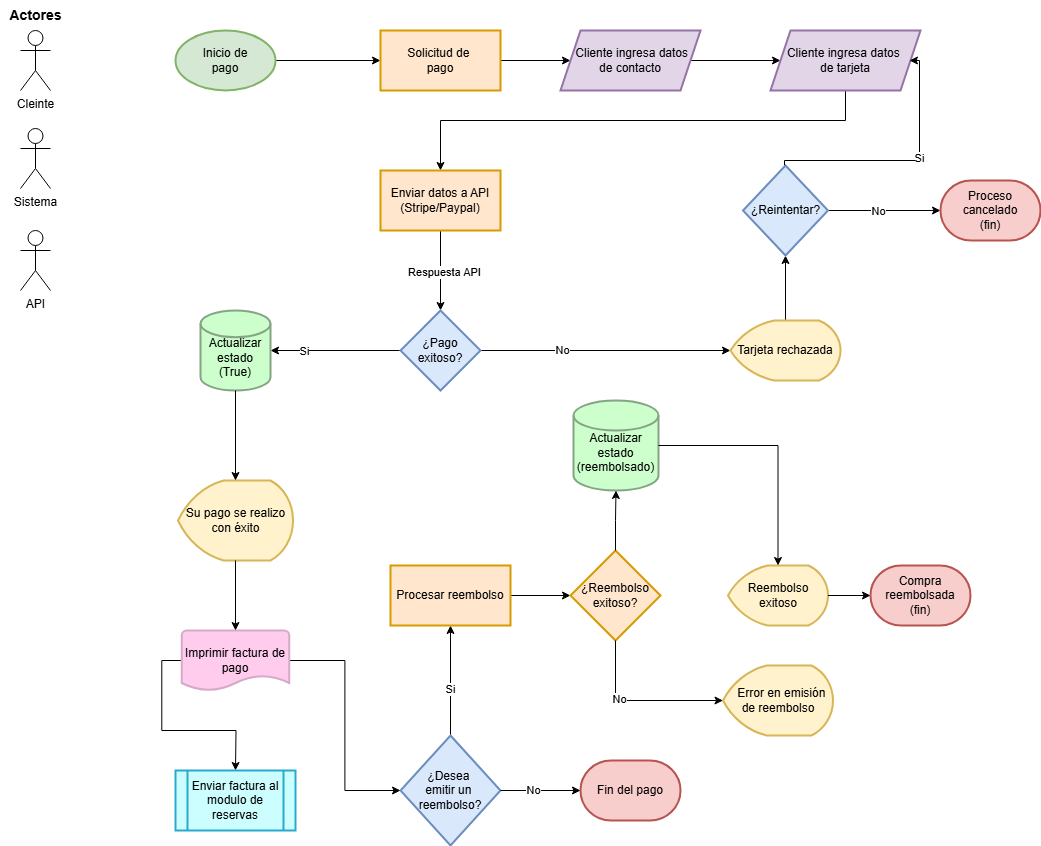
This is Flujograma de pago.png from DjGuetta/App-Hotel-Management, a draw.io export, as it was before one commit. Source tidied: cells renumbered, new cells last; positions are measured from the earlier drawing's top-left corner, leaving out a move shared by most shapes. Source of this version:
```xml
<mxGraphModel>
  <root>
    <mxCell id="0" />
    <mxCell id="1" parent="0" />
    <mxCell id="2" style="edgeStyle=orthogonalEdgeStyle;rounded=0;jettySize=auto;html=1;entryX=0;entryY=0.5;entryDx=0;entryDy=0;" parent="1" edge="1" source="3" target="5">
      <mxGeometry relative="1" as="geometry" />
    </mxCell>
    <mxCell id="3" value="Inicio de&lt;div&gt;pago&lt;/div&gt;" style="strokeWidth=2;html=1;shape=mxgraph.flowchart.start_1;whiteSpace=wrap;fillColor=#d5e8d4;strokeColor=#82b366;" parent="1" vertex="1">
      <mxGeometry x="175" y="30" width="100" height="60" as="geometry" />
    </mxCell>
    <mxCell id="4" style="edgeStyle=orthogonalEdgeStyle;rounded=0;jettySize=auto;html=1;" parent="1" edge="1" source="5" target="7">
      <mxGeometry relative="1" as="geometry" />
    </mxCell>
    <mxCell id="5" value="Solicitud de&amp;nbsp;&lt;div&gt;pago&lt;/div&gt;" style="whiteSpace=wrap;html=1;strokeWidth=2;fillColor=#ffe6cc;strokeColor=#d79b00;" parent="1" vertex="1">
      <mxGeometry x="380" y="30" width="120" height="60" as="geometry" />
    </mxCell>
    <mxCell id="6" style="edgeStyle=orthogonalEdgeStyle;rounded=0;jettySize=auto;html=1;" parent="1" edge="1" source="7" target="9">
      <mxGeometry relative="1" as="geometry" />
    </mxCell>
    <mxCell id="7" value="&amp;nbsp; Cliente ingresa datos&amp;nbsp;&lt;div&gt;de contacto&lt;/div&gt;" style="shape=parallelogram;perimeter=parallelogramPerimeter;whiteSpace=wrap;html=1;fixedSize=1;strokeWidth=2;fillColor=#e1d5e7;strokeColor=#9673a6;" parent="1" vertex="1">
      <mxGeometry x="560" y="30" width="140" height="60" as="geometry" />
    </mxCell>
    <mxCell id="8" style="edgeStyle=orthogonalEdgeStyle;rounded=0;jettySize=auto;html=1;" parent="1" edge="1" source="9" target="12">
      <mxGeometry relative="1" as="geometry">
        <Array as="points">
          <mxPoint x="845" y="120" />
          <mxPoint x="440" y="120" />
        </Array>
      </mxGeometry>
    </mxCell>
    <mxCell id="9" value="Cliente ingresa datos&amp;nbsp;&lt;div&gt;de tarjeta&lt;/div&gt;" style="shape=parallelogram;perimeter=parallelogramPerimeter;whiteSpace=wrap;html=1;fixedSize=1;strokeWidth=2;fillColor=#e1d5e7;strokeColor=#9673a6;" parent="1" vertex="1">
      <mxGeometry x="770" y="30" width="150" height="60" as="geometry" />
    </mxCell>
    <mxCell id="10" style="edgeStyle=orthogonalEdgeStyle;rounded=0;jettySize=auto;html=1;" parent="1" edge="1" source="12" target="24">
      <mxGeometry relative="1" as="geometry" />
    </mxCell>
    <mxCell id="11" value="Respuesta API" style="edgeLabel;html=1;align=center;verticalAlign=middle;" parent="10" vertex="1">
      <mxGeometry x="0.03" y="3" relative="1" as="geometry" />
    </mxCell>
    <mxCell id="12" value="Enviar datos a API&lt;div&gt;(Stripe/Paypal)&lt;/div&gt;" style="whiteSpace=wrap;html=1;strokeWidth=2;fillColor=#ffe6cc;strokeColor=#d79b00;" parent="1" vertex="1">
      <mxGeometry x="380" y="170" width="120" height="60" as="geometry" />
    </mxCell>
    <mxCell id="13" style="edgeStyle=orthogonalEdgeStyle;rounded=0;jettySize=auto;html=1;" parent="1" edge="1" source="24" target="17">
      <mxGeometry relative="1" as="geometry" />
    </mxCell>
    <mxCell id="14" value="Si" style="edgeLabel;html=1;align=center;verticalAlign=middle;" parent="13" vertex="1">
      <mxGeometry x="0.5" relative="1" as="geometry" />
    </mxCell>
    <mxCell id="15" style="edgeStyle=orthogonalEdgeStyle;rounded=0;jettySize=auto;html=1;entryX=0;entryY=0.5;entryDx=0;entryDy=0;entryPerimeter=0;" parent="1" edge="1" source="24" target="25">
      <mxGeometry relative="1" as="geometry" />
    </mxCell>
    <mxCell id="16" value="No" style="edgeLabel;html=1;align=center;verticalAlign=middle;" parent="15" vertex="1">
      <mxGeometry x="-0.35" y="1" relative="1" as="geometry" />
    </mxCell>
    <mxCell id="17" value="&lt;div&gt;&lt;br&gt;&lt;/div&gt;&lt;div&gt;&lt;span style=&quot;background-color: transparent; color: light-dark(rgb(0, 0, 0), rgb(255, 255, 255));&quot;&gt;Actualizar estado (True)&lt;/span&gt;&lt;/div&gt;" style="strokeWidth=2;html=1;shape=mxgraph.flowchart.database;whiteSpace=wrap;fillColor=#CCFFCC;strokeColor=#84A484;" parent="1" vertex="1">
      <mxGeometry x="200" y="310" width="70" height="80" as="geometry" />
    </mxCell>
    <mxCell id="18" style="edgeStyle=orthogonalEdgeStyle;rounded=0;jettySize=auto;html=1;" parent="1" edge="1" source="25" target="23">
      <mxGeometry relative="1" as="geometry" />
    </mxCell>
    <mxCell id="19" style="edgeStyle=orthogonalEdgeStyle;rounded=0;orthogonalLoop=1;jettySize=auto;html=1;exitX=0.5;exitY=0;exitDx=0;exitDy=0;entryX=1;entryY=0.5;entryDx=0;entryDy=0;" parent="1" edge="1">
      <mxGeometry relative="1" as="geometry">
        <mxPoint x="784" y="170" as="sourcePoint" />
        <mxPoint x="909" y="60" as="targetPoint" />
        <Array as="points">
          <mxPoint x="784" y="160" />
          <mxPoint x="919" y="160" />
          <mxPoint x="919" y="60" />
        </Array>
      </mxGeometry>
    </mxCell>
    <mxCell id="20" value="Si" style="edgeLabel;html=1;align=center;verticalAlign=middle;" parent="19" vertex="1">
      <mxGeometry x="0.09" y="-1" relative="1" as="geometry">
        <mxPoint x="5" y="-4" as="offset" />
      </mxGeometry>
    </mxCell>
    <mxCell id="21" style="edgeStyle=orthogonalEdgeStyle;rounded=0;jettySize=auto;html=1;entryX=0;entryY=0.5;entryDx=0;entryDy=0;entryPerimeter=0;" parent="1" edge="1" source="23" target="37">
      <mxGeometry relative="1" as="geometry" />
    </mxCell>
    <mxCell id="22" value="No" style="edgeLabel;html=1;align=center;verticalAlign=middle;" parent="21" vertex="1">
      <mxGeometry x="-0.37" y="-1" relative="1" as="geometry">
        <mxPoint x="15" y="-1" as="offset" />
      </mxGeometry>
    </mxCell>
    <mxCell id="23" value="¿Reintentar?" style="rhombus;whiteSpace=wrap;html=1;strokeWidth=2;fillColor=#dae8fc;strokeColor=#6c8ebf;" parent="1" vertex="1">
      <mxGeometry x="742.5" y="165" width="85" height="90" as="geometry" />
    </mxCell>
    <mxCell id="24" value="¿Pago exitoso&lt;span style=&quot;background-color: transparent; color: light-dark(rgb(0, 0, 0), rgb(255, 255, 255));&quot;&gt;?&lt;/span&gt;" style="rhombus;whiteSpace=wrap;html=1;strokeWidth=2;fillColor=#dae8fc;strokeColor=#6c8ebf;" parent="1" vertex="1">
      <mxGeometry x="400" y="310" width="80" height="80" as="geometry" />
    </mxCell>
    <mxCell id="25" value="Tarjeta rechazada" style="strokeWidth=2;html=1;shape=mxgraph.flowchart.display;whiteSpace=wrap;fillColor=#fff2cc;strokeColor=#d6b656;" parent="1" vertex="1">
      <mxGeometry x="730" y="320" width="110" height="60" as="geometry" />
    </mxCell>
    <mxCell id="26" value="Su pago se realizo con éxito" style="strokeWidth=2;html=1;shape=mxgraph.flowchart.display;whiteSpace=wrap;fillColor=#fff2cc;strokeColor=#d6b656;" parent="1" vertex="1">
      <mxGeometry x="177.5" y="480" width="115" height="80" as="geometry" />
    </mxCell>
    <mxCell id="27" style="edgeStyle=orthogonalEdgeStyle;rounded=0;jettySize=auto;html=1;exitX=0.5;exitY=1;exitDx=0;exitDy=0;exitPerimeter=0;entryX=0.5;entryY=0;entryDx=0;entryDy=0;entryPerimeter=0;" parent="1" edge="1" source="17" target="26">
      <mxGeometry relative="1" as="geometry" />
    </mxCell>
    <mxCell id="28" style="edgeStyle=orthogonalEdgeStyle;rounded=0;jettySize=auto;html=1;" parent="1" edge="1" source="30" target="35">
      <mxGeometry relative="1" as="geometry" />
    </mxCell>
    <mxCell id="29" value="Si" style="edgeLabel;html=1;align=center;verticalAlign=middle;" parent="28" vertex="1">
      <mxGeometry x="-0.15" y="1" relative="1" as="geometry" />
    </mxCell>
    <mxCell id="30" value="¿Desea&amp;nbsp;&lt;div&gt;emitir&amp;nbsp;&lt;span style=&quot;background-color: transparent; color: light-dark(rgb(0, 0, 0), rgb(255, 255, 255));&quot;&gt;un&amp;nbsp;&lt;/span&gt;&lt;div&gt;&lt;span style=&quot;background-color: transparent; color: light-dark(rgb(0, 0, 0), rgb(255, 255, 255));&quot;&gt;reembolso?&lt;/span&gt;&lt;/div&gt;&lt;/div&gt;" style="rhombus;whiteSpace=wrap;html=1;strokeWidth=2;fillColor=#dae8fc;strokeColor=#6c8ebf;" parent="1" vertex="1">
      <mxGeometry x="400" y="735" width="100" height="110" as="geometry" />
    </mxCell>
    <mxCell id="31" value="Fin del pago" style="strokeWidth=2;html=1;shape=mxgraph.flowchart.terminator;whiteSpace=wrap;fillColor=#f8cecc;strokeColor=#b85450;" parent="1" vertex="1">
      <mxGeometry x="580" y="760" width="100" height="60" as="geometry" />
    </mxCell>
    <mxCell id="32" style="edgeStyle=orthogonalEdgeStyle;rounded=0;jettySize=auto;html=1;exitX=1;exitY=0.5;exitDx=0;exitDy=0;entryX=0;entryY=0.5;entryDx=0;entryDy=0;entryPerimeter=0;" parent="1" edge="1" source="30" target="31">
      <mxGeometry relative="1" as="geometry" />
    </mxCell>
    <mxCell id="33" value="No" style="edgeLabel;html=1;align=center;verticalAlign=middle;" parent="32" vertex="1">
      <mxGeometry x="-0.2" relative="1" as="geometry">
        <mxPoint y="-1" as="offset" />
      </mxGeometry>
    </mxCell>
    <mxCell id="34" style="edgeStyle=orthogonalEdgeStyle;rounded=0;jettySize=auto;html=1;" parent="1" edge="1" source="35" target="49">
      <mxGeometry relative="1" as="geometry" />
    </mxCell>
    <mxCell id="35" value="Procesar reembolso" style="whiteSpace=wrap;html=1;strokeWidth=2;fillColor=#ffe6cc;strokeColor=#d79b00;" parent="1" vertex="1">
      <mxGeometry x="390" y="565" width="120" height="60" as="geometry" />
    </mxCell>
    <mxCell id="36" value="Reembolso exitoso" style="strokeWidth=2;html=1;shape=mxgraph.flowchart.display;whiteSpace=wrap;fillColor=#fff2cc;strokeColor=#d6b656;" parent="1" vertex="1">
      <mxGeometry x="727.5" y="565" width="100" height="60" as="geometry" />
    </mxCell>
    <mxCell id="37" value="Proceso cancelado&lt;div&gt;(fin)&lt;/div&gt;" style="strokeWidth=2;html=1;shape=mxgraph.flowchart.terminator;whiteSpace=wrap;fillColor=#f8cecc;strokeColor=#b85450;" parent="1" vertex="1">
      <mxGeometry x="940" y="180" width="100" height="60" as="geometry" />
    </mxCell>
    <mxCell id="38" value="Compra reembolsada&lt;div&gt;(fin)&lt;/div&gt;" style="strokeWidth=2;html=1;shape=mxgraph.flowchart.terminator;whiteSpace=wrap;fillColor=#f8cecc;strokeColor=#b85450;" parent="1" vertex="1">
      <mxGeometry x="870" y="565" width="100" height="60" as="geometry" />
    </mxCell>
    <mxCell id="39" style="edgeStyle=orthogonalEdgeStyle;rounded=0;jettySize=auto;html=1;exitX=1;exitY=0.5;exitDx=0;exitDy=0;exitPerimeter=0;entryX=0;entryY=0.5;entryDx=0;entryDy=0;entryPerimeter=0;" parent="1" edge="1" source="36" target="38">
      <mxGeometry relative="1" as="geometry" />
    </mxCell>
    <mxCell id="40" style="edgeStyle=orthogonalEdgeStyle;rounded=0;jettySize=auto;html=1;exitX=0;exitY=0.5;exitDx=0;exitDy=0;exitPerimeter=0;entryX=0.5;entryY=0;entryDx=0;entryDy=0;" parent="1" edge="1" source="42">
      <mxGeometry relative="1" as="geometry">
        <mxPoint x="235" y="770" as="targetPoint" />
      </mxGeometry>
    </mxCell>
    <mxCell id="41" style="edgeStyle=orthogonalEdgeStyle;rounded=0;jettySize=auto;html=1;exitX=1;exitY=0.5;exitDx=0;exitDy=0;exitPerimeter=0;entryX=0;entryY=0.5;entryDx=0;entryDy=0;" parent="1" edge="1" source="42" target="30">
      <mxGeometry relative="1" as="geometry" />
    </mxCell>
    <mxCell id="42" value="Imprimir factura de pago" style="strokeWidth=2;html=1;shape=mxgraph.flowchart.document2;whiteSpace=wrap;size=0.25;fillColor=#FFCCEE;strokeColor=#D5AAC5;" parent="1" vertex="1">
      <mxGeometry x="181.2" y="630" width="107.5" height="60" as="geometry" />
    </mxCell>
    <mxCell id="43" style="edgeStyle=orthogonalEdgeStyle;rounded=0;jettySize=auto;html=1;exitX=0.5;exitY=1;exitDx=0;exitDy=0;exitPerimeter=0;entryX=0.5;entryY=0;entryDx=0;entryDy=0;entryPerimeter=0;" parent="1" edge="1" source="26" target="42">
      <mxGeometry relative="1" as="geometry" />
    </mxCell>
    <mxCell id="44" value="Enviar factura al modulo de reservas" style="shape=process;whiteSpace=wrap;html=1;backgroundOutline=1;strokeWidth=2;fillColor=light-dark(#CCFEFF,#50E2FF);strokeColor=#29A9CD;" parent="1" vertex="1">
      <mxGeometry x="175" y="770" width="120" height="60" as="geometry" />
    </mxCell>
    <mxCell id="45" value="Cleinte" style="shape=umlActor;verticalLabelPosition=bottom;verticalAlign=top;html=1;" parent="1" vertex="1">
      <mxGeometry x="20" y="30" width="30" height="60" as="geometry" />
    </mxCell>
    <mxCell id="46" value="Sistema" style="shape=umlActor;verticalLabelPosition=bottom;verticalAlign=top;html=1;" parent="1" vertex="1">
      <mxGeometry x="20" y="128" width="30" height="60" as="geometry" />
    </mxCell>
    <mxCell id="47" value="API" style="shape=umlActor;verticalLabelPosition=bottom;verticalAlign=top;html=1;" parent="1" vertex="1">
      <mxGeometry x="20" y="230" width="30" height="60" as="geometry" />
    </mxCell>
    <mxCell id="48" value="Actores" style="text;html=1;align=center;verticalAlign=middle;fontStyle=1;fontSize=14;" parent="1" vertex="1">
      <mxGeometry width="70" height="30" as="geometry" />
    </mxCell>
    <mxCell id="49" value="¿Reembolso exitoso?" style="rhombus;whiteSpace=wrap;html=1;fillColor=#ffe6cc;strokeColor=#d79b00;strokeWidth=2;" parent="1" vertex="1">
      <mxGeometry x="570" y="550" width="90" height="90" as="geometry" />
    </mxCell>
    <mxCell id="50" value="&amp;nbsp; &amp;nbsp;Error en emisión&amp;nbsp;&lt;div&gt;de reembolso&lt;/div&gt;" style="strokeWidth=2;html=1;shape=mxgraph.flowchart.display;whiteSpace=wrap;fillColor=#fff2cc;strokeColor=#d6b656;" parent="1" vertex="1">
      <mxGeometry x="722.5" y="665" width="110" height="70" as="geometry" />
    </mxCell>
    <mxCell id="51" style="edgeStyle=orthogonalEdgeStyle;rounded=0;jettySize=auto;html=1;exitX=0.5;exitY=1;exitDx=0;exitDy=0;entryX=0;entryY=0.5;entryDx=0;entryDy=0;entryPerimeter=0;" parent="1" edge="1" source="49" target="50">
      <mxGeometry relative="1" as="geometry" />
    </mxCell>
    <mxCell id="52" value="No" style="edgeLabel;html=1;align=center;verticalAlign=middle;" parent="51" vertex="1">
      <mxGeometry x="-0.15" relative="1" as="geometry">
        <mxPoint x="-8" y="-2" as="offset" />
      </mxGeometry>
    </mxCell>
    <mxCell id="53" value="&lt;div&gt;&lt;br&gt;&lt;/div&gt;&lt;div&gt;&lt;span style=&quot;background-color: transparent; color: light-dark(rgb(0, 0, 0), rgb(255, 255, 255));&quot;&gt;Actualizar estado&lt;/span&gt;&lt;/div&gt;&lt;div&gt;(reembolsado)&lt;/div&gt;" style="strokeWidth=2;html=1;shape=mxgraph.flowchart.database;whiteSpace=wrap;fillColor=#CCFFCC;strokeColor=#84A484;" parent="1" vertex="1">
      <mxGeometry x="573" y="400" width="85" height="90" as="geometry" />
    </mxCell>
    <mxCell id="54" style="edgeStyle=orthogonalEdgeStyle;rounded=0;jettySize=auto;html=1;exitX=0.5;exitY=0;exitDx=0;exitDy=0;entryX=0.5;entryY=1;entryDx=0;entryDy=0;entryPerimeter=0;" parent="1" edge="1" source="49" target="53">
      <mxGeometry relative="1" as="geometry" />
    </mxCell>
    <mxCell id="55" style="edgeStyle=orthogonalEdgeStyle;rounded=0;jettySize=auto;html=1;exitX=1;exitY=0.5;exitDx=0;exitDy=0;exitPerimeter=0;entryX=0.5;entryY=0;entryDx=0;entryDy=0;entryPerimeter=0;" parent="1" edge="1" source="53" target="36">
      <mxGeometry relative="1" as="geometry" />
    </mxCell>
  </root>
</mxGraphModel>
```
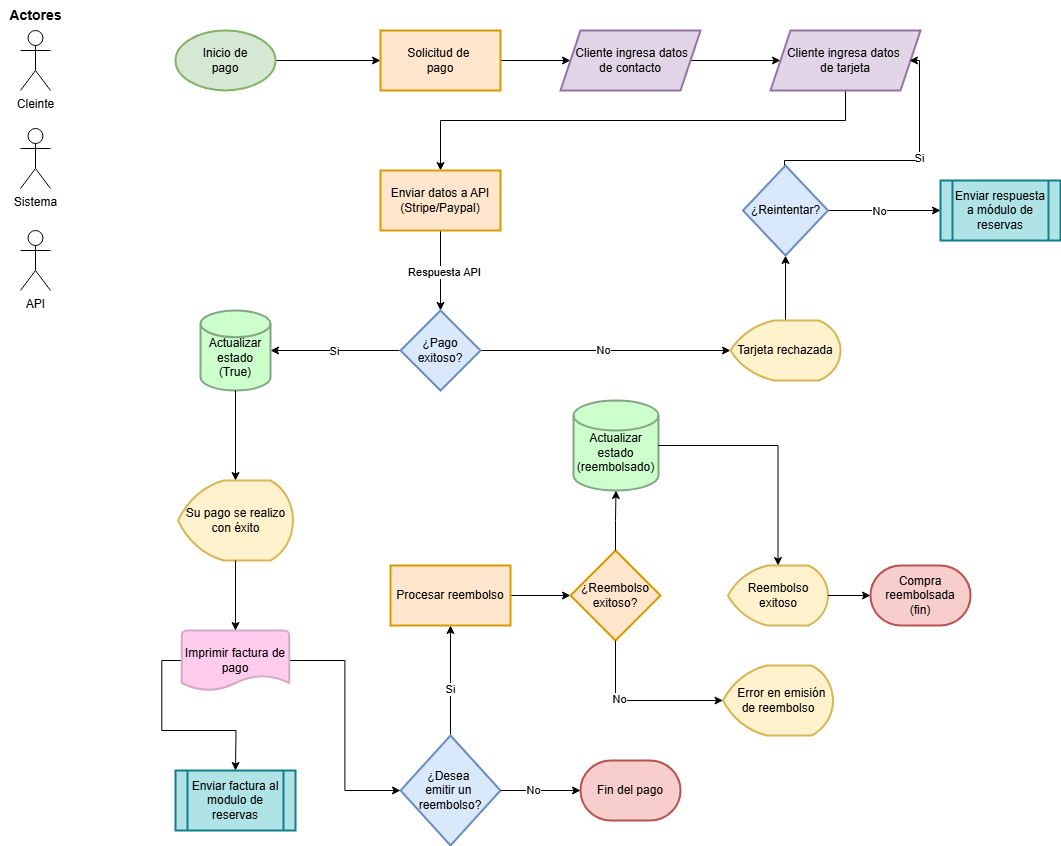
The same file after the commit.

Commit message:
Actualización en ordenamiento y diseño de módulos

The edit, as a diff of the source:
```diff
@@ -44,13 +44,17 @@
       <mxGeometry relative="1" as="geometry" />
     </mxCell>
     <mxCell id="14" value="Si" style="edgeLabel;html=1;align=center;verticalAlign=middle;" parent="13" vertex="1">
-      <mxGeometry x="0.5" relative="1" as="geometry" />
+      <mxGeometry x="0.5" relative="1" as="geometry">
+        <mxPoint x="30" as="offset" />
+      </mxGeometry>
     </mxCell>
     <mxCell id="15" style="edgeStyle=orthogonalEdgeStyle;rounded=0;jettySize=auto;html=1;entryX=0;entryY=0.5;entryDx=0;entryDy=0;entryPerimeter=0;" parent="1" edge="1" source="24" target="25">
       <mxGeometry relative="1" as="geometry" />
     </mxCell>
     <mxCell id="16" value="No" style="edgeLabel;html=1;align=center;verticalAlign=middle;" parent="15" vertex="1">
-      <mxGeometry x="-0.35" y="1" relative="1" as="geometry" />
+      <mxGeometry x="-0.35" y="1" relative="1" as="geometry">
+        <mxPoint x="41" as="offset" />
+      </mxGeometry>
     </mxCell>
     <mxCell id="17" value="&lt;div&gt;&lt;br&gt;&lt;/div&gt;&lt;div&gt;&lt;span style=&quot;background-color: transparent; color: light-dark(rgb(0, 0, 0), rgb(255, 255, 255));&quot;&gt;Actualizar estado (True)&lt;/span&gt;&lt;/div&gt;" style="strokeWidth=2;html=1;shape=mxgraph.flowchart.database;whiteSpace=wrap;fillColor=#CCFFCC;strokeColor=#84A484;" parent="1" vertex="1">
       <mxGeometry x="200" y="310" width="70" height="80" as="geometry" />
@@ -74,8 +78,10 @@
         <mxPoint x="5" y="-4" as="offset" />
       </mxGeometry>
     </mxCell>
-    <mxCell id="21" style="edgeStyle=orthogonalEdgeStyle;rounded=0;jettySize=auto;html=1;entryX=0;entryY=0.5;entryDx=0;entryDy=0;entryPerimeter=0;" parent="1" edge="1" source="23" target="37">
-      <mxGeometry relative="1" as="geometry" />
+    <mxCell id="21" style="edgeStyle=orthogonalEdgeStyle;rounded=0;jettySize=auto;html=1;entryX=0;entryY=0.5;entryDx=0;entryDy=0;entryPerimeter=0;" parent="1" edge="1" source="23">
+      <mxGeometry relative="1" as="geometry">
+        <mxPoint x="940" y="210" as="targetPoint" />
+      </mxGeometry>
     </mxCell>
     <mxCell id="22" value="No" style="edgeLabel;html=1;align=center;verticalAlign=middle;" parent="21" vertex="1">
       <mxGeometry x="-0.37" y="-1" relative="1" as="geometry">
@@ -126,9 +132,6 @@
     <mxCell id="36" value="Reembolso exitoso" style="strokeWidth=2;html=1;shape=mxgraph.flowchart.display;whiteSpace=wrap;fillColor=#fff2cc;strokeColor=#d6b656;" parent="1" vertex="1">
       <mxGeometry x="727.5" y="565" width="100" height="60" as="geometry" />
     </mxCell>
-    <mxCell id="37" value="Proceso cancelado&lt;div&gt;(fin)&lt;/div&gt;" style="strokeWidth=2;html=1;shape=mxgraph.flowchart.terminator;whiteSpace=wrap;fillColor=#f8cecc;strokeColor=#b85450;" parent="1" vertex="1">
-      <mxGeometry x="940" y="180" width="100" height="60" as="geometry" />
-    </mxCell>
     <mxCell id="38" value="Compra reembolsada&lt;div&gt;(fin)&lt;/div&gt;" style="strokeWidth=2;html=1;shape=mxgraph.flowchart.terminator;whiteSpace=wrap;fillColor=#f8cecc;strokeColor=#b85450;" parent="1" vertex="1">
       <mxGeometry x="870" y="565" width="100" height="60" as="geometry" />
     </mxCell>
@@ -149,7 +152,7 @@
     <mxCell id="43" style="edgeStyle=orthogonalEdgeStyle;rounded=0;jettySize=auto;html=1;exitX=0.5;exitY=1;exitDx=0;exitDy=0;exitPerimeter=0;entryX=0.5;entryY=0;entryDx=0;entryDy=0;entryPerimeter=0;" parent="1" edge="1" source="26" target="42">
       <mxGeometry relative="1" as="geometry" />
     </mxCell>
-    <mxCell id="44" value="Enviar factura al modulo de reservas" style="shape=process;whiteSpace=wrap;html=1;backgroundOutline=1;strokeWidth=2;fillColor=light-dark(#CCFEFF,#50E2FF);strokeColor=#29A9CD;" parent="1" vertex="1">
+    <mxCell id="44" value="Enviar factura al modulo de reservas" style="shape=process;whiteSpace=wrap;html=1;backgroundOutline=1;strokeWidth=2;fillColor=#b0e3e6;strokeColor=#0e8088;" parent="1" vertex="1">
       <mxGeometry x="175" y="770" width="120" height="60" as="geometry" />
     </mxCell>
     <mxCell id="45" value="Cleinte" style="shape=umlActor;verticalLabelPosition=bottom;verticalAlign=top;html=1;" parent="1" vertex="1">
@@ -187,5 +190,8 @@
     <mxCell id="55" style="edgeStyle=orthogonalEdgeStyle;rounded=0;jettySize=auto;html=1;exitX=1;exitY=0.5;exitDx=0;exitDy=0;exitPerimeter=0;entryX=0.5;entryY=0;entryDx=0;entryDy=0;entryPerimeter=0;" parent="1" edge="1" source="53" target="36">
       <mxGeometry relative="1" as="geometry" />
     </mxCell>
+    <mxCell id="56" value="Enviar respuesta a módulo de reservas" style="shape=process;whiteSpace=wrap;html=1;backgroundOutline=1;strokeWidth=2;fillColor=#b0e3e6;strokeColor=#0e8088;" parent="1" vertex="1">
+      <mxGeometry x="940" y="180" width="120" height="60" as="geometry" />
+    </mxCell>
   </root>
 </mxGraphModel>
```
